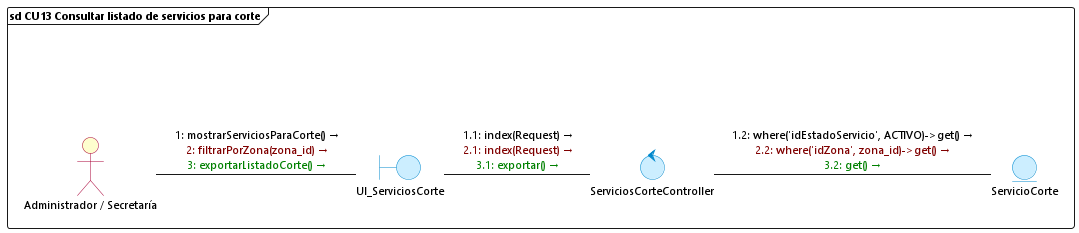
This is diagramas/comunicacion/cu13_servicios_corte.png from DiogoMars777/TELCOM-2.0, a PlantUML export, as it was before one commit.
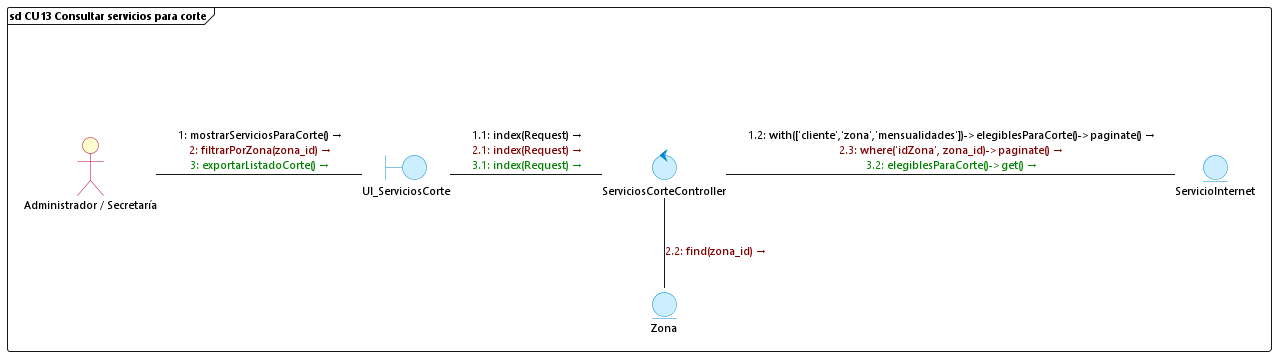
Later version of the same file.

Diff of the diagram source:
```diff
@@ -13,19 +13,22 @@
 skinparam entityBackgroundColor #CCEEFF
 skinparam entityBorderColor #0088CC
 
-frame "sd CU13 Consultar listado de servicios para corte" {
+frame "sd CU13 Consultar servicios para corte" {
     () " " as spacer
     actor "Administrador / Secretaría" as Admin
     boundary UI_ServiciosCorte
     control ServiciosCorteController
-    entity ServicioCorte
+    entity ServicioInternet
+    entity Zona
 
     spacer -[hidden]down- Admin
 
     Admin -right- UI_ServiciosCorte : <font color=#000000>1: mostrarServiciosParaCorte() →</font>\n<font color=#800000>2: filtrarPorZona(zona_id) →</font>\n<font color=#008000>3: exportarListadoCorte() →</font>
 
-    UI_ServiciosCorte -right- ServiciosCorteController : <font color=#000000>1.1: index(Request) →</font>\n<font color=#800000>2.1: index(Request) →</font>\n<font color=#008000>3.1: exportar() →</font>
+    UI_ServiciosCorte -right- ServiciosCorteController : <font color=#000000>1.1: index(Request) →</font>\n<font color=#800000>2.1: index(Request) →</font>\n<font color=#008000>3.1: index(Request) →</font>
 
-    ServiciosCorteController -right- ServicioCorte : <font color=#000000>1.2: where('idEstadoServicio', ACTIVO)->get() →</font>\n<font color=#800000>2.2: where('idZona', zona_id)->get() →</font>\n<font color=#008000>3.2: get() →</font>
+    ServiciosCorteController -right- ServicioInternet : <font color=#000000>1.2: with(['cliente','zona','mensualidades'])->elegiblesParaCorte()->paginate() →</font>\n<font color=#800000>2.3: where('idZona', zona_id)->paginate() →</font>\n<font color=#008000>3.2: elegiblesParaCorte()->get() →</font>
+
+    ServiciosCorteController -down- Zona : <font color=#800000>2.2: find(zona_id) →</font>
 }
 @enduml
```
